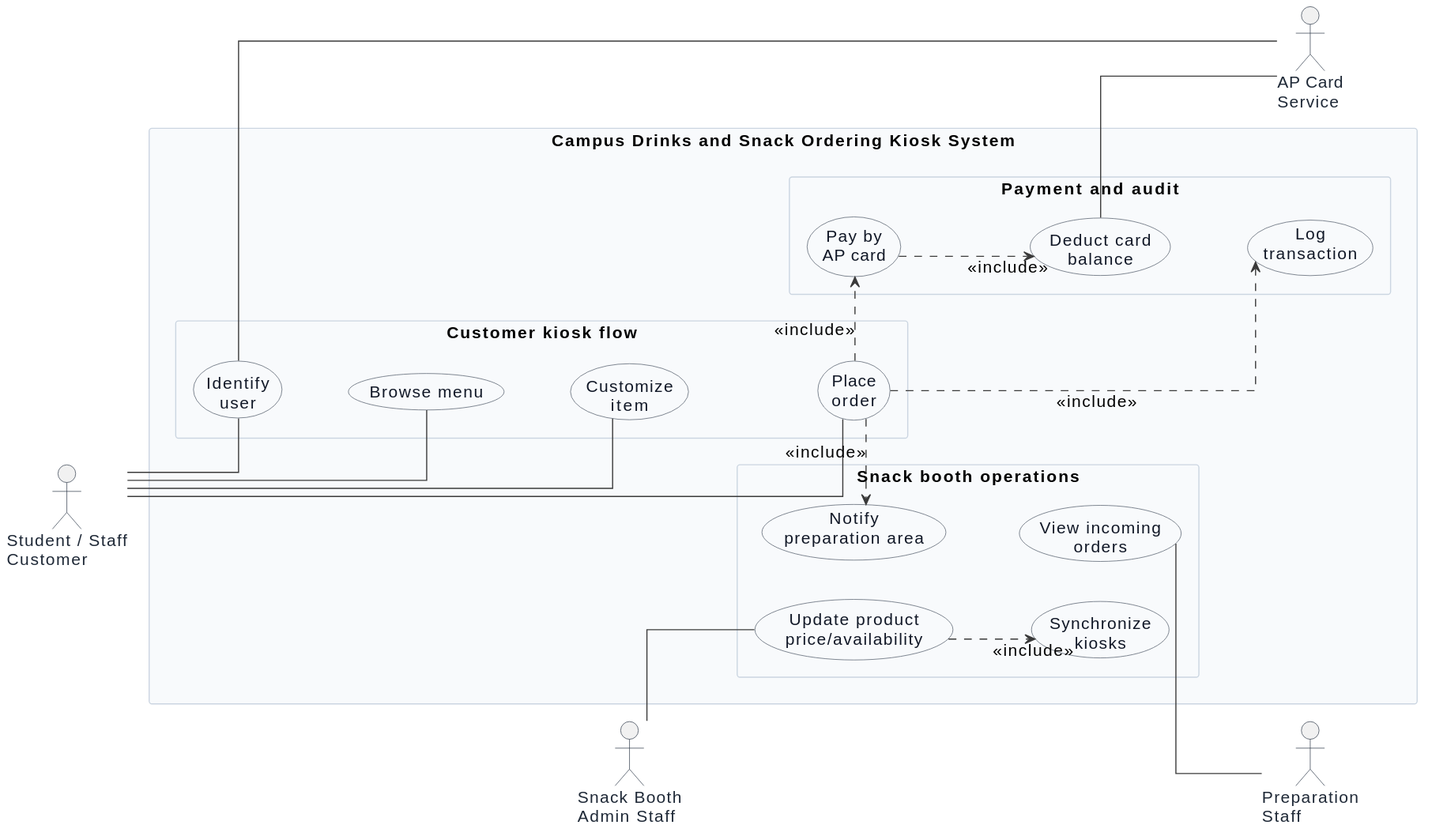
Earlier version of the PlantUML export diagrams/rendered/01-use-case.svg (Avernum33/UML_OMU_mini_project).
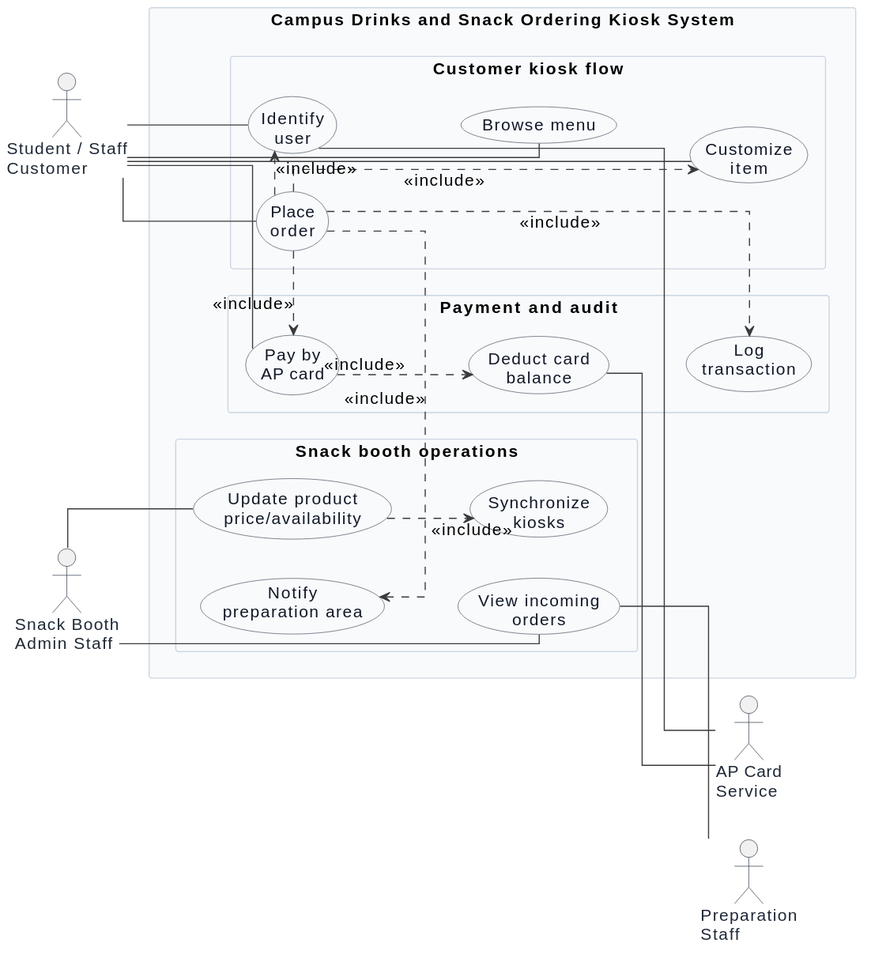
The same diagram one commit later.

Commit message:
Restore detailed use case relationships

The edit, as a diff of the source:
```diff
@@ -53,11 +53,14 @@
   }
 }
 
-Customer -- UC_IDENT
 Customer -- UC_BROWSE
 Customer -- UC_CUSTOMIZE
+Customer -- UC_IDENT
 Customer -- UC_PLACE
+Customer -- UC_PAY
 
+UC_PLACE .> UC_IDENT : <<include>>
+UC_PLACE .> UC_CUSTOMIZE : <<include>>
 UC_PLACE .> UC_PAY : <<include>>
 UC_PLACE .> UC_NOTIFY : <<include>>
 UC_PLACE .> UC_LOG : <<include>>
@@ -67,6 +70,7 @@
 UC_DEDUCT -- CardService
 
 Admin -- UC_UPDATE
+Admin -- UC_VIEW
 UC_UPDATE .> UC_SYNC : <<include>>
 
 UC_VIEW -- Prep
```
